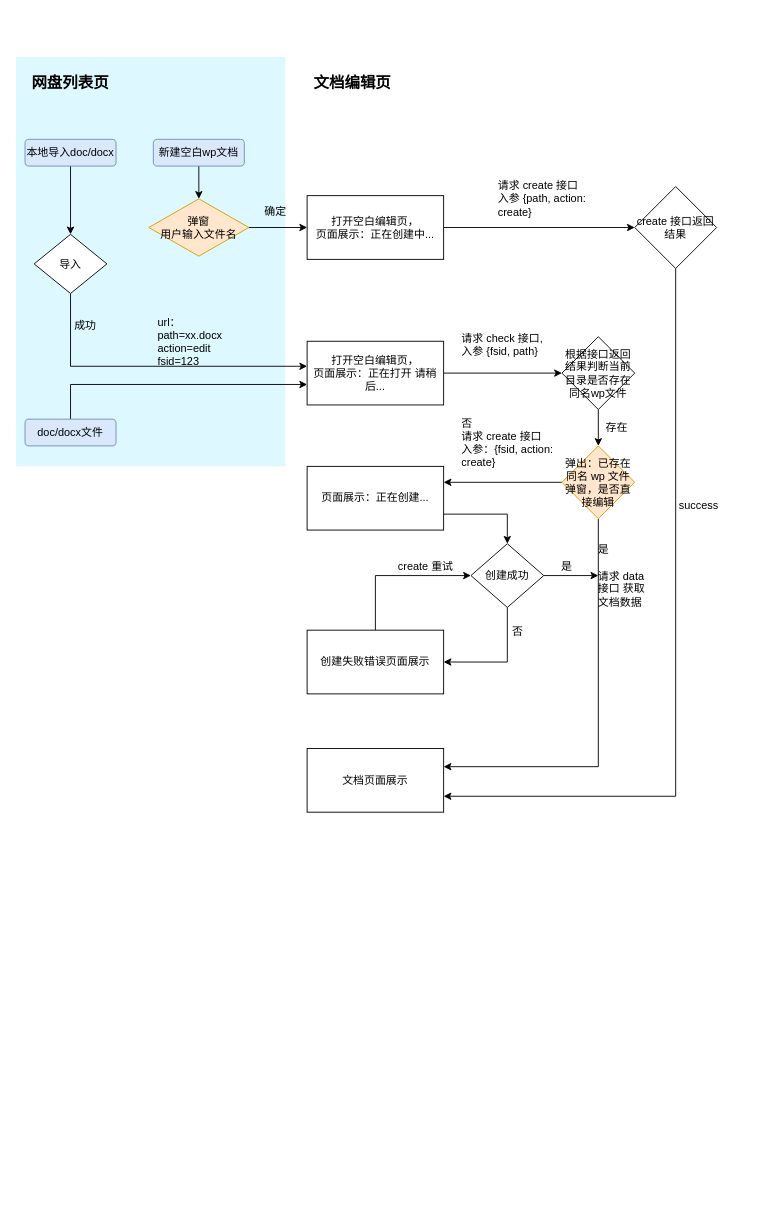
The draw.io diagram Untitled Diagram.drawio in simqifeng/somenote, before the edit. Source tidied: cells renumbered, new cells numbered last; positions are measured from the earlier drawing's top-left corner, leaving out a move shared by most shapes. Both pictures are drawn from the tidied source at 91%, with x=0, y=0 at pixel (15, 56).
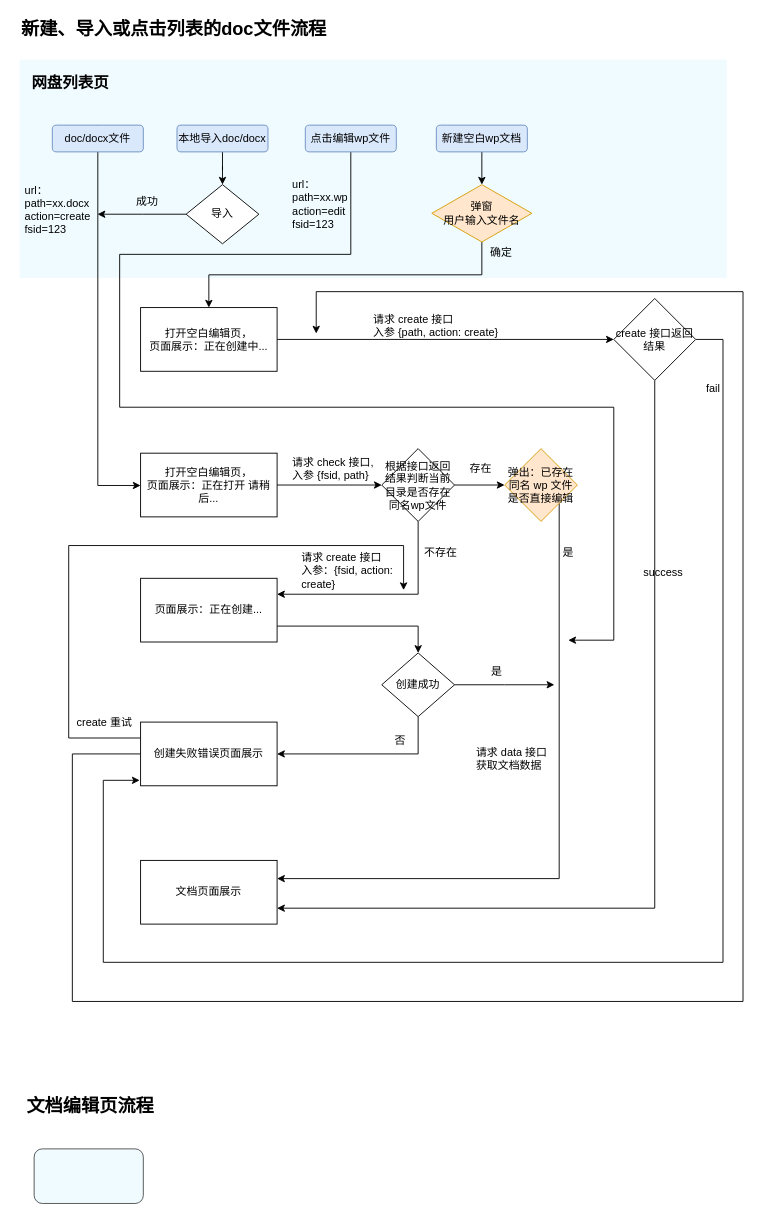
The same page after the edit.

Commit message:
新建文档流程图.drawio

What changed in the source:
```diff
@@
-    <mxCell id="2" style="rounded=0;whiteSpace=wrap;html=1;fontSize=12;dashed=1;strokeColor=none;" parent="1" vertex="1">
-      <mxGeometry x="305" y="95" width="481" height="785" as="geometry" />
-    </mxCell>
-    <mxCell id="3" style="rounded=0;whiteSpace=wrap;html=1;fillColor=#DEF8FF;fontSize=12;dashed=1;strokeColor=none;" parent="1" vertex="1">
-      <mxGeometry width="296" height="450" as="geometry" />
+    <mxCell id="3" style="rounded=0;whiteSpace=wrap;html=1;fillColor=#F0FBFF;fontSize=12;dashed=1;strokeColor=none;" parent="1" vertex="1">
+      <mxGeometry x="4" y="3" width="777" height="240" as="geometry" />
     </mxCell>
-    <mxCell id="4" style="edgeStyle=orthogonalEdgeStyle;rounded=0;jettySize=auto;html=1;exitX=0.5;exitY=1;exitDx=0;exitDy=0;entryX=0.5;entryY=0;entryDx=0;entryDy=0;" parent="1" edge="1" source="5" target="7">
-      <mxGeometry relative="1" as="geometry" />
+    <mxCell id="4" style="edgeStyle=orthogonalEdgeStyle;rounded=0;jettySize=auto;html=1;exitX=0.5;exitY=1;exitDx=0;exitDy=0;" parent="1" edge="1" source="5">
+      <mxGeometry relative="1" as="geometry">
+        <mxPoint x="607" y="641" as="targetPoint" />
+        <Array as="points">
+          <mxPoint x="368" y="217" />
+          <mxPoint x="114" y="217" />
+          <mxPoint x="114" y="385" />
+          <mxPoint x="657" y="385" />
+          <mxPoint x="657" y="641" />
+        </Array>
+      </mxGeometry>
     </mxCell>
-    <mxCell id="5" value="新建空白wp文档" style="rounded=1;whiteSpace=wrap;html=1;fillColor=#dae8fc;strokeColor=#6c8ebf;" parent="1" vertex="1">
-      <mxGeometry x="151" y="90.6" width="100" height="29.4" as="geometry" />
+    <mxCell id="5" value="点击编辑wp文件" style="rounded=1;whiteSpace=wrap;html=1;fillColor=#dae8fc;strokeColor=#6c8ebf;" parent="1" vertex="1">
+      <mxGeometry x="318" y="75" width="100" height="29.4" as="geometry" />
     </mxCell>
-    <mxCell id="6" style="edgeStyle=orthogonalEdgeStyle;rounded=0;jettySize=auto;html=1;exitX=1;exitY=0.5;exitDx=0;exitDy=0;" parent="1" edge="1" source="7">
-      <mxGeometry relative="1" as="geometry">
-        <mxPoint x="320" y="187.5" as="targetPoint" />
-      </mxGeometry>
-    </mxCell>
-    <mxCell id="7" value="弹窗&lt;br&gt;用户输入文件名" style="rhombus;whiteSpace=wrap;html=1;fillColor=#ffe6cc;strokeColor=#d79b00;" parent="1" vertex="1">
-      <mxGeometry x="146" y="156" width="110" height="63" as="geometry" />
-    </mxCell>
+    <mxCell id="48" style="edgeStyle=orthogonalEdgeStyle;rounded=0;jettySize=auto;html=1;entryX=0.5;entryY=0;entryDx=0;entryDy=0;fontSize=20;exitX=0.5;exitY=1;exitDx=0;exitDy=0;" parent="1" edge="1" source="7" target="10">
+      <mxGeometry relative="1" as="geometry" />
+    </mxCell>
     <mxCell id="8" value="确定" style="text;html=1;align=center;verticalAlign=middle;" parent="1" vertex="1">
-      <mxGeometry x="265" y="160" width="40" height="20" as="geometry" />
+      <mxGeometry x="513" y="205.4" width="40" height="20" as="geometry" />
     </mxCell>
@@
     <mxCell id="10" value="&lt;span&gt;打开空白编辑页，&lt;br&gt;&lt;/span&gt;页面展示：正在创建中..." style="rounded=0;whiteSpace=wrap;html=1;" parent="1" vertex="1">
-      <mxGeometry x="320" y="152.5" width="150" height="70" as="geometry" />
+      <mxGeometry x="137" y="275.5" width="150" height="70" as="geometry" />
     </mxCell>
-    <mxCell id="11" style="edgeStyle=orthogonalEdgeStyle;rounded=0;jettySize=auto;html=1;fontSize=12;exitX=1;exitY=0.75;exitDx=0;exitDy=0;" parent="1" edge="1" source="12" target="34">
-      <mxGeometry relative="1" as="geometry">
-        <Array as="points">
-          <mxPoint x="540" y="503" />
-        </Array>
-      </mxGeometry>
+    <mxCell id="11" style="edgeStyle=orthogonalEdgeStyle;rounded=0;jettySize=auto;html=1;entryX=0.5;entryY=0;entryDx=0;entryDy=0;fontSize=12;exitX=1;exitY=0.75;exitDx=0;exitDy=0;" parent="1" edge="1" source="12" target="34">
+      <mxGeometry relative="1" as="geometry" />
     </mxCell>
     <mxCell id="12" value="页面展示：正在创建..." style="rounded=0;whiteSpace=wrap;html=1;" parent="1" vertex="1">
-      <mxGeometry x="320" y="450" width="150" height="70" as="geometry" />
+      <mxGeometry x="137" y="573" width="150" height="70" as="geometry" />
     </mxCell>
     <mxCell id="13" style="edgeStyle=orthogonalEdgeStyle;rounded=0;jettySize=auto;html=1;entryX=1;entryY=0.75;entryDx=0;entryDy=0;exitX=0.5;exitY=1;exitDx=0;exitDy=0;" parent="1" edge="1" source="14" target="29">
       <mxGeometry relative="1" as="geometry">
         <Array as="points">
-          <mxPoint x="725" y="813" />
+          <mxPoint x="702" y="935" />
         </Array>
       </mxGeometry>
     </mxCell>
+    <mxCell id="49" style="edgeStyle=orthogonalEdgeStyle;rounded=0;jettySize=auto;html=1;fontSize=12;" parent="1" edge="1" source="14">
+      <mxGeometry relative="1" as="geometry">
+        <mxPoint x="136" y="795" as="targetPoint" />
+        <Array as="points">
+          <mxPoint x="777" y="310" />
+          <mxPoint x="777" y="995" />
+          <mxPoint x="96" y="995" />
+          <mxPoint x="96" y="795" />
+        </Array>
+      </mxGeometry>
+    </mxCell>
     <mxCell id="14" value="create 接口返回结果" style="rhombus;whiteSpace=wrap;html=1;" parent="1" vertex="1">
-      <mxGeometry x="680" y="142.5" width="90" height="90" as="geometry" />
+      <mxGeometry x="657" y="265.5" width="90" height="90" as="geometry" />
     </mxCell>
@@
     <mxCell id="16" value="success" style="text;html=1;align=center;verticalAlign=middle;" parent="1" vertex="1">
-      <mxGeometry x="720" y="482.5" width="60" height="20" as="geometry" />
+      <mxGeometry x="681" y="557" width="60" height="20" as="geometry" />
     </mxCell>
     <mxCell id="17" style="edgeStyle=orthogonalEdgeStyle;rounded=0;jettySize=auto;html=1;fontSize=12;exitX=0.5;exitY=0;exitDx=0;exitDy=0;" parent="1" edge="1" source="44" target="23">
       <mxGeometry relative="1" as="geometry">
         <Array as="points">
-          <mxPoint x="60" y="360" />
+          <mxPoint x="90" y="471" />
         </Array>
       </mxGeometry>
     </mxCell>
-    <mxCell id="18" style="edgeStyle=orthogonalEdgeStyle;rounded=0;jettySize=auto;html=1;fontSize=12;" parent="1" edge="1" source="19" target="27">
+    <mxCell id="18" style="edgeStyle=orthogonalEdgeStyle;rounded=0;jettySize=auto;html=1;entryX=0;entryY=0.5;entryDx=0;entryDy=0;fontSize=12;" parent="1" edge="1" source="19" target="27">
       <mxGeometry relative="1" as="geometry" />
     </mxCell>
     <mxCell id="19" value="根据接口返回结果判断当前目录是否存在同名wp文件" style="rhombus;whiteSpace=wrap;html=1;" parent="1" vertex="1">
-      <mxGeometry x="600" y="307.5" width="80" height="80" as="geometry" />
+      <mxGeometry x="402" y="430.5" width="80" height="80" as="geometry" />
     </mxCell>
     <mxCell id="20" value="请求 create 接口&#10;入参 {path, action: create}&#10;" style="text;strokeColor=none;fillColor=none;spacing=0;spacingTop=0;overflow=hidden;rounded=0;dashed=1;fontSize=12;verticalAlign=top;horizontal=1;whiteSpace=wrap;" parent="1" vertex="1">
-      <mxGeometry x="530" y="130" width="100" height="50" as="geometry" />
+      <mxGeometry x="393" y="277" width="161" height="50" as="geometry" />
     </mxCell>
-    <mxCell id="21" value="url：&#10;path=xx.docx&#10;action=edit&#10;fsid=123&#10;&#10;&#10;" style="text;strokeColor=none;fillColor=none;spacing=0;spacingTop=0;overflow=hidden;rounded=0;dashed=1;fontSize=12;verticalAlign=top;horizontal=1;whiteSpace=wrap;" parent="1" vertex="1">
-      <mxGeometry x="156" y="280" width="90" height="60" as="geometry" />
+    <mxCell id="21" value="url：&#10;path=xx.docx&#10;action=create&#10;fsid=123&#10;&#10;&#10;" style="text;strokeColor=none;fillColor=none;spacing=0;spacingTop=0;overflow=hidden;rounded=0;dashed=1;fontSize=12;verticalAlign=top;horizontal=1;whiteSpace=wrap;" parent="1" vertex="1">
+      <mxGeometry x="10" y="135" width="90" height="60" as="geometry" />
     </mxCell>
@@
     <mxCell id="23" value="&lt;span&gt;打开空白编辑页，&lt;br&gt;&lt;/span&gt;页面展示：正在打开 请稍后..." style="rounded=0;whiteSpace=wrap;html=1;" parent="1" vertex="1">
-      <mxGeometry x="320" y="312.5" width="150" height="70" as="geometry" />
+      <mxGeometry x="137" y="435.5" width="150" height="70" as="geometry" />
     </mxCell>
     <mxCell id="24" value="请求 check 接口, &#10;入参 {fsid, path}&#10;" style="text;strokeColor=none;fillColor=none;spacing=0;spacingTop=0;overflow=hidden;rounded=0;dashed=1;fontSize=12;verticalAlign=top;horizontal=1;whiteSpace=wrap;" parent="1" vertex="1">
-      <mxGeometry x="490" y="297.5" width="100" height="50" as="geometry" />
+      <mxGeometry x="304" y="434" width="93" height="50" as="geometry" />
     </mxCell>
-    <mxCell id="25" style="edgeStyle=orthogonalEdgeStyle;rounded=0;jettySize=auto;html=1;fontSize=12;" parent="1" edge="1" source="27" target="29">
+    <mxCell id="25" style="edgeStyle=orthogonalEdgeStyle;rounded=0;jettySize=auto;html=1;fontSize=12;exitX=1;exitY=1;exitDx=0;exitDy=0;" parent="1" edge="1" source="27" target="29">
       <mxGeometry relative="1" as="geometry">
         <Array as="points">
-          <mxPoint x="640" y="780" />
+          <mxPoint x="597" y="903" />
         </Array>
       </mxGeometry>
     </mxCell>
-    <mxCell id="26" style="edgeStyle=orthogonalEdgeStyle;rounded=0;jettySize=auto;html=1;fontSize=12;entryX=1;entryY=0.25;entryDx=0;entryDy=0;" parent="1" edge="1" source="27" target="12">
-      <mxGeometry relative="1" as="geometry" />
+    <mxCell id="26" style="edgeStyle=orthogonalEdgeStyle;rounded=0;jettySize=auto;html=1;fontSize=12;entryX=1;entryY=0.25;entryDx=0;entryDy=0;exitX=0.5;exitY=1;exitDx=0;exitDy=0;" parent="1" edge="1" source="19" target="12">
+      <mxGeometry relative="1" as="geometry">
+        <Array as="points">
+          <mxPoint x="442" y="591" />
+        </Array>
+      </mxGeometry>
     </mxCell>
-    <mxCell id="27" value="&lt;span&gt;弹出：已存在同名 wp 文件弹窗，是否直接编辑&lt;/span&gt;" style="rhombus;whiteSpace=wrap;html=1;fillColor=#ffe6cc;fontSize=12;strokeColor=#d79b00;" parent="1" vertex="1">
-      <mxGeometry x="600" y="427.5" width="80" height="80" as="geometry" />
+    <mxCell id="27" value="&lt;span&gt;弹出：已存在同名 wp 文件是否直接编辑&lt;/span&gt;" style="rhombus;whiteSpace=wrap;html=1;fillColor=#ffe6cc;fontSize=12;strokeColor=#d79b00;" parent="1" vertex="1">
+      <mxGeometry x="537" y="430.5" width="80" height="80" as="geometry" />
     </mxCell>
-    <mxCell id="28" value="存在" style="text;html=1;align=center;verticalAlign=middle;fontSize=12;" parent="1" vertex="1">
-      <mxGeometry x="640" y="397.5" width="40" height="20" as="geometry" />
+    <mxCell id="28" value="存在" style="text;html=1;align=left;verticalAlign=middle;fontSize=12;" parent="1" vertex="1">
+      <mxGeometry x="496.5" y="443" width="40" height="20" as="geometry" />
     </mxCell>
     <mxCell id="29" value="文档页面展示" style="rounded=0;whiteSpace=wrap;html=1;fillColor=#ffffff;fontSize=12;" parent="1" vertex="1">
-      <mxGeometry x="320" y="760" width="150" height="70" as="geometry" />
+      <mxGeometry x="137" y="883" width="150" height="70" as="geometry" />
     </mxCell>
-    <mxCell id="30" value="是&#10;&#10;请求 data 接口 获取 文档数据" style="text;strokeColor=none;fillColor=none;spacing=0;spacingTop=0;overflow=hidden;rounded=0;dashed=1;fontSize=12;verticalAlign=top;horizontal=1;whiteSpace=wrap;" parent="1" vertex="1">
-      <mxGeometry x="640" y="530" width="50" height="80" as="geometry" />
+    <mxCell id="30" value="是" style="text;strokeColor=none;fillColor=none;spacing=0;spacingTop=0;overflow=hidden;rounded=0;dashed=1;fontSize=12;verticalAlign=top;horizontal=1;whiteSpace=wrap;" parent="1" vertex="1">
+      <mxGeometry x="601" y="533" width="23" height="24" as="geometry" />
     </mxCell>
-    <mxCell id="31" value="否&#10;请求 create 接口 &#10;入参：{fsid, action: create}" style="text;strokeColor=none;fillColor=none;spacing=0;spacingTop=0;overflow=hidden;rounded=0;dashed=1;fontSize=12;verticalAlign=top;horizontal=1;whiteSpace=wrap;" parent="1" vertex="1">
-      <mxGeometry x="490" y="390.5" width="100" height="70" as="geometry" />
+    <mxCell id="31" value="请求 create 接口 &#10;入参：{fsid, action: create}" style="text;strokeColor=none;fillColor=none;spacing=0;spacingTop=0;overflow=hidden;rounded=0;dashed=1;fontSize=12;verticalAlign=top;horizontal=1;whiteSpace=wrap;" parent="1" vertex="1">
+      <mxGeometry x="314" y="539" width="100" height="55" as="geometry" />
     </mxCell>
-    <mxCell id="32" style="edgeStyle=orthogonalEdgeStyle;rounded=0;jettySize=auto;html=1;fontSize=12;" parent="1" edge="1" source="34" target="30">
-      <mxGeometry relative="1" as="geometry" />
-    </mxCell>
     <mxCell id="33" style="edgeStyle=orthogonalEdgeStyle;rounded=0;jettySize=auto;html=1;entryX=1;entryY=0.5;entryDx=0;entryDy=0;fontSize=12;exitX=0.5;exitY=1;exitDx=0;exitDy=0;" parent="1" edge="1" source="34" target="36">
       <mxGeometry relative="1" as="geometry">
         <Array as="points">
-          <mxPoint x="540" y="665" />
+          <mxPoint x="442" y="766" />
         </Array>
       </mxGeometry>
     </mxCell>
+    <mxCell id="50" style="edgeStyle=orthogonalEdgeStyle;rounded=0;jettySize=auto;html=1;fontSize=12;" parent="1" edge="1" source="34">
+      <mxGeometry relative="1" as="geometry">
+        <mxPoint x="591.7" y="690" as="targetPoint" />
+      </mxGeometry>
+    </mxCell>
     <mxCell id="34" value="创建成功" style="rhombus;whiteSpace=wrap;html=1;fillColor=#ffffff;fontSize=12;" parent="1" vertex="1">
-      <mxGeometry x="500" y="535" width="80" height="70" as="geometry" />
+      <mxGeometry x="402" y="655" width="80" height="70" as="geometry" />
     </mxCell>
-    <mxCell id="35" style="edgeStyle=orthogonalEdgeStyle;rounded=0;jettySize=auto;html=1;exitX=0.5;exitY=0;exitDx=0;exitDy=0;entryX=0;entryY=0.5;entryDx=0;entryDy=0;fontSize=12;" parent="1" edge="1" source="36" target="34">
-      <mxGeometry relative="1" as="geometry" />
+    <mxCell id="35" style="edgeStyle=orthogonalEdgeStyle;rounded=0;jettySize=auto;html=1;fontSize=12;exitX=0;exitY=0.25;exitDx=0;exitDy=0;" parent="1" edge="1" source="36">
+      <mxGeometry relative="1" as="geometry">
+        <mxPoint x="426" y="586" as="targetPoint" />
+        <Array as="points">
+          <mxPoint x="58" y="748" />
+          <mxPoint x="58" y="537" />
+          <mxPoint x="426" y="537" />
+        </Array>
+      </mxGeometry>
     </mxCell>
+    <mxCell id="51" style="edgeStyle=orthogonalEdgeStyle;rounded=0;jettySize=auto;html=1;fontSize=12;" parent="1" edge="1" source="36">
+      <mxGeometry relative="1" as="geometry">
+        <mxPoint x="330" y="304" as="targetPoint" />
+        <Array as="points">
+          <mxPoint x="62" y="766" />
+          <mxPoint x="62" y="1038" />
+          <mxPoint x="799" y="1038" />
+          <mxPoint x="799" y="258" />
+          <mxPoint x="330" y="258" />
+        </Array>
+      </mxGeometry>
+    </mxCell>
     <mxCell id="36" value="创建失败错误页面展示" style="rounded=0;whiteSpace=wrap;html=1;fillColor=#ffffff;fontSize=12;" parent="1" vertex="1">
-      <mxGeometry x="320" y="630" width="150" height="70" as="geometry" />
+      <mxGeometry x="137" y="731" width="150" height="70" as="geometry" />
     </mxCell>
     <mxCell id="37" value="否" style="text;html=1;align=center;verticalAlign=middle;fontSize=12;" parent="1" vertex="1">
-      <mxGeometry x="536" y="622" width="30" height="20" as="geometry" />
+      <mxGeometry x="407" y="742" width="30" height="20" as="geometry" />
     </mxCell>
     <mxCell id="38" value="create 重试" style="text;html=1;align=center;verticalAlign=middle;fontSize=12;" parent="1" vertex="1">
-      <mxGeometry x="410" y="549.5" width="80" height="20" as="geometry" />
+      <mxGeometry x="57" y="722" width="80" height="20" as="geometry" />
     </mxCell>
@@
     <mxCell id="40" value="本地导入doc/docx" style="rounded=1;whiteSpace=wrap;html=1;fillColor=#dae8fc;fontSize=12;strokeColor=#6c8ebf;" parent="1" vertex="1">
-      <mxGeometry x="10" y="90.6" width="100" height="29.4" as="geometry" />
+      <mxGeometry x="177" y="75" width="100" height="29.4" as="geometry" />
     </mxCell>
     <mxCell id="41" value="是" style="text;html=1;align=center;verticalAlign=middle;fontSize=12;" parent="1" vertex="1">
-      <mxGeometry x="590" y="549.5" width="30" height="20" as="geometry" />
+      <mxGeometry x="513" y="666" width="30" height="20" as="geometry" />
     </mxCell>
-    <mxCell id="42" style="edgeStyle=orthogonalEdgeStyle;rounded=0;jettySize=auto;html=1;fontSize=12;" parent="1" edge="1" source="43">
-      <mxGeometry relative="1" as="geometry">
-        <mxPoint x="320" y="340" as="targetPoint" />
-        <Array as="points">
-          <mxPoint x="60" y="340" />
-          <mxPoint x="320" y="340" />
-        </Array>
-      </mxGeometry>
-    </mxCell>
+    <mxCell id="52" style="edgeStyle=orthogonalEdgeStyle;rounded=0;jettySize=auto;html=1;fontSize=20;" parent="1" edge="1" source="43">
+      <mxGeometry relative="1" as="geometry">
+        <mxPoint x="89.7" y="172.9" as="targetPoint" />
+      </mxGeometry>
+    </mxCell>
     <mxCell id="43" value="导入" style="rhombus;whiteSpace=wrap;html=1;fillColor=#ffffff;fontSize=12;" parent="1" vertex="1">
-      <mxGeometry x="20" y="195" width="80" height="65" as="geometry" />
+      <mxGeometry x="187" y="140.4" width="80" height="65" as="geometry" />
     </mxCell>
     <mxCell id="44" value="doc/docx文件" style="rounded=1;whiteSpace=wrap;html=1;fillColor=#dae8fc;fontSize=12;strokeColor=#6c8ebf;" parent="1" vertex="1">
-      <mxGeometry x="10" y="398.1" width="100" height="29.4" as="geometry" />
+      <mxGeometry x="40" y="75" width="100" height="29.4" as="geometry" />
     </mxCell>
     <mxCell id="45" value="成功" style="text;html=1;align=center;verticalAlign=middle;fontSize=12;" parent="1" vertex="1">
-      <mxGeometry x="56" y="285" width="40" height="20" as="geometry" />
+      <mxGeometry x="124" y="149" width="40" height="20" as="geometry" />
     </mxCell>
@@
-    <mxCell id="47" value="文档编辑页" style="text;html=1;strokeColor=none;fillColor=none;align=center;verticalAlign=middle;whiteSpace=wrap;rounded=0;dashed=1;fontSize=17;fontStyle=1;" parent="1" vertex="1">
-      <mxGeometry x="320" y="20" width="100" height="20" as="geometry" />
-    </mxCell>
+    <mxCell id="53" value="新建、导入或点击列表的doc文件流程" style="text;html=1;align=left;verticalAlign=middle;fontSize=20;fontStyle=1;" parent="1" vertex="1">
+      <mxGeometry x="4" y="-45" width="346" height="28" as="geometry" />
+    </mxCell>
+    <mxCell id="54" value="文档编辑页流程" style="text;html=1;align=left;verticalAlign=middle;fontSize=20;fontStyle=1;" parent="1" vertex="1">
+      <mxGeometry x="10" y="1138" width="150" height="28" as="geometry" />
+    </mxCell>
+    <mxCell id="55" style="rounded=1;whiteSpace=wrap;html=1;strokeColor=#4D4D4D;fillColor=#F0FBFF;fontSize=20;align=left;" parent="1" vertex="1">
+      <mxGeometry x="20" y="1200" width="120" height="60" as="geometry" />
+    </mxCell>
+    <mxCell id="56" style="edgeStyle=orthogonalEdgeStyle;rounded=0;jettySize=auto;html=1;exitX=0.5;exitY=1;exitDx=0;exitDy=0;entryX=0.5;entryY=0;entryDx=0;entryDy=0;" parent="1" edge="1" source="57" target="7">
+      <mxGeometry relative="1" as="geometry" />
+    </mxCell>
+    <mxCell id="57" value="新建空白wp文档" style="rounded=1;whiteSpace=wrap;html=1;fillColor=#dae8fc;strokeColor=#6c8ebf;" parent="1" vertex="1">
+      <mxGeometry x="462" y="75" width="100" height="29.4" as="geometry" />
+    </mxCell>
+    <mxCell id="7" value="弹窗&lt;br&gt;用户输入文件名" style="rhombus;whiteSpace=wrap;html=1;fillColor=#ffe6cc;strokeColor=#d79b00;" parent="1" vertex="1">
+      <mxGeometry x="457" y="140.4" width="110" height="63" as="geometry" />
+    </mxCell>
+    <mxCell id="58" value="请求 data 接口 获取文档数据" style="text;strokeColor=none;fillColor=none;spacing=0;spacingTop=0;overflow=hidden;rounded=0;dashed=1;fontSize=12;verticalAlign=top;horizontal=1;whiteSpace=wrap;" parent="1" vertex="1">
+      <mxGeometry x="506" y="753" width="87" height="53" as="geometry" />
+    </mxCell>
+    <mxCell id="59" value="url：&#10;path=xx.wp&#10;action=edit&#10;fsid=123&#10;&#10;&#10;" style="text;strokeColor=none;fillColor=none;spacing=0;spacingTop=0;overflow=hidden;rounded=0;dashed=1;fontSize=12;verticalAlign=top;horizontal=1;whiteSpace=wrap;" parent="1" vertex="1">
+      <mxGeometry x="304" y="129" width="90" height="60" as="geometry" />
+    </mxCell>
+    <mxCell id="60" value="不存在" style="text;html=1;align=left;verticalAlign=middle;fontSize=12;horizontal=1;" parent="1" vertex="1">
+      <mxGeometry x="447" y="536" width="46" height="18" as="geometry" />
+    </mxCell>
+    <mxCell id="61" value="fail" style="text;html=1;align=center;verticalAlign=middle;" parent="1" vertex="1">
+      <mxGeometry x="753" y="355.5" width="25" height="18" as="geometry" />
+    </mxCell>
```
